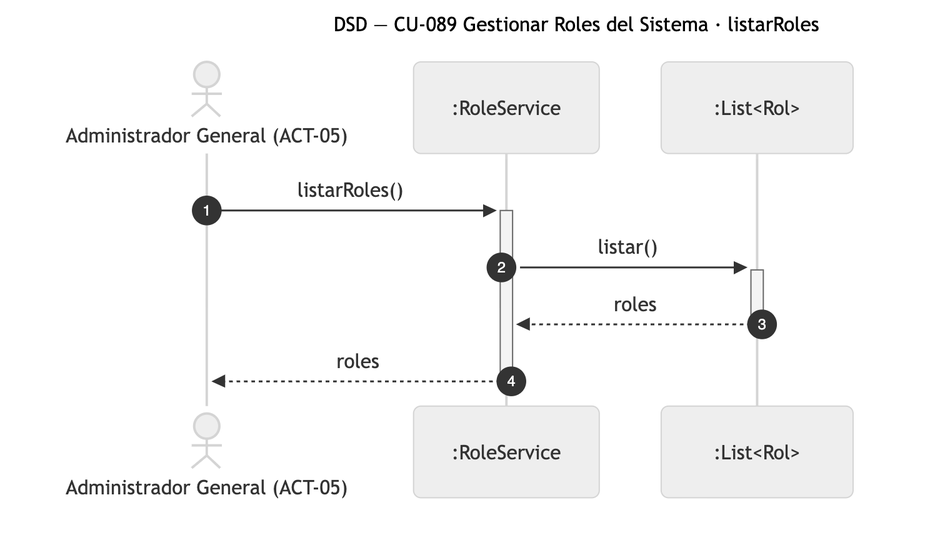
Before: diagramas/png/DSD_CU-089_listarRoles.png, a diagram exported from Mermaid (Nahuelito-Dev/splg-docs). Its source is kept beside it as diagramas/DSD_CU-089_listarRoles.mmd.
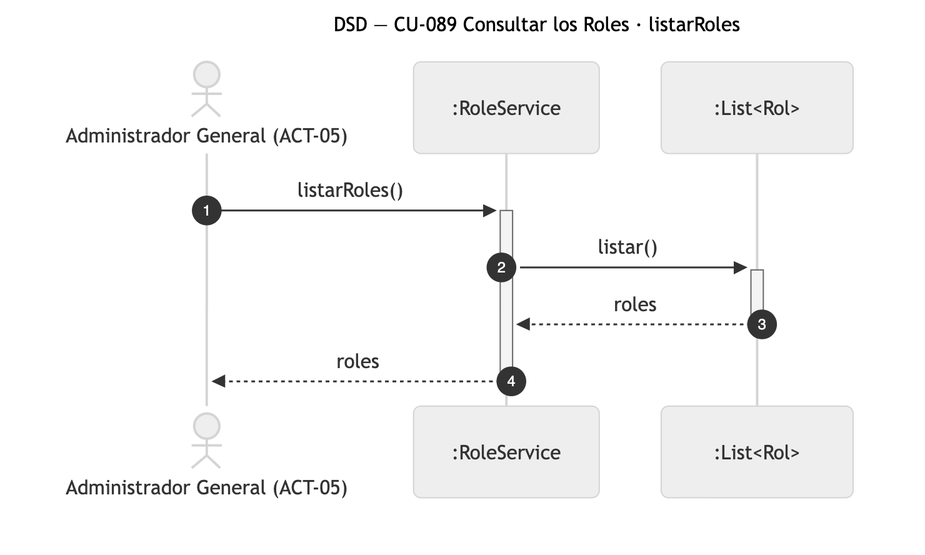
Later version of the same file.

Change to the diagram source:
```diff
@@ -1,5 +1,5 @@
 sequenceDiagram
-    title DSD — CU-089 Gestionar Roles del Sistema · listarRoles
+    title DSD — CU-089 Consultar los Roles · listarRoles
     autonumber
     actor AGN as Administrador General (ACT-05)
     participant SRV as :RoleService
```
